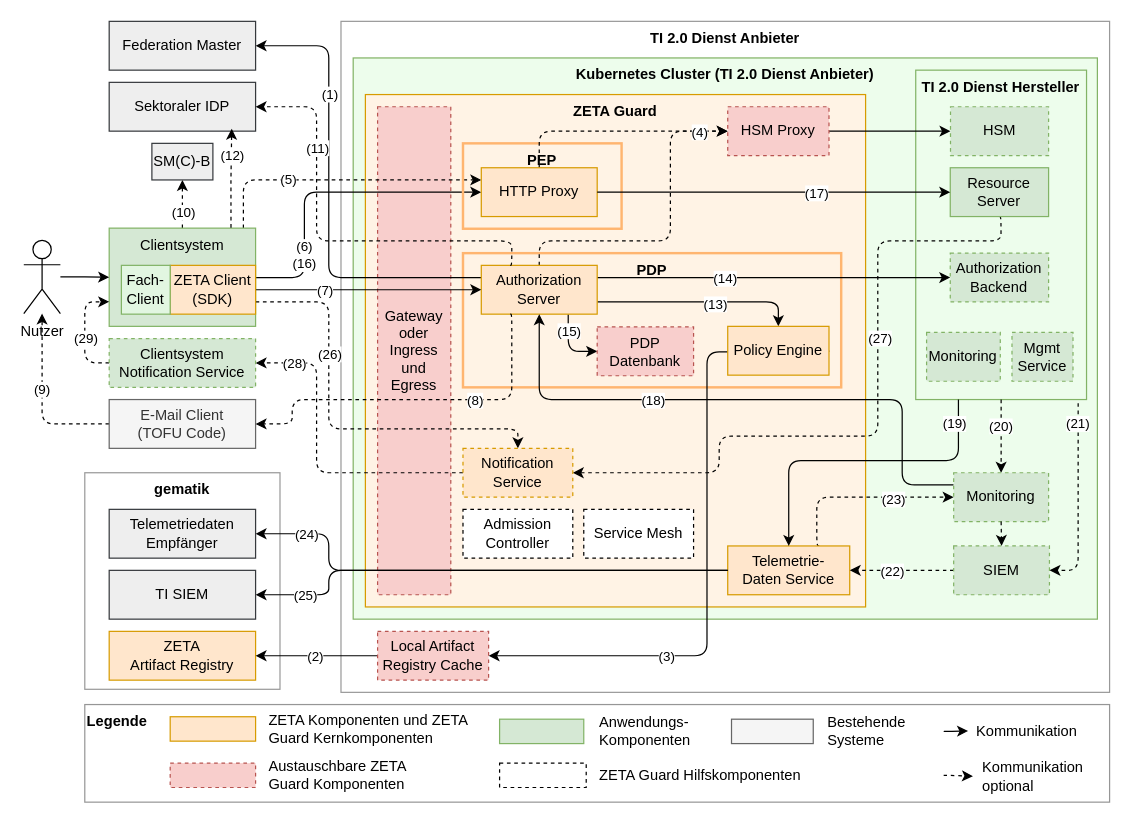
Earlier version of the draw.io diagram src/drawio/Zero-Trust-Architektur.drawio (gematik/zeta). Source tidied: cells renumbered, new cells numbered last; positions are measured from the earlier drawing's top-left corner, leaving out a move shared by most shapes. Both pictures are drawn from the tidied source at 122%, with x=0, y=0 at pixel (23, 21).
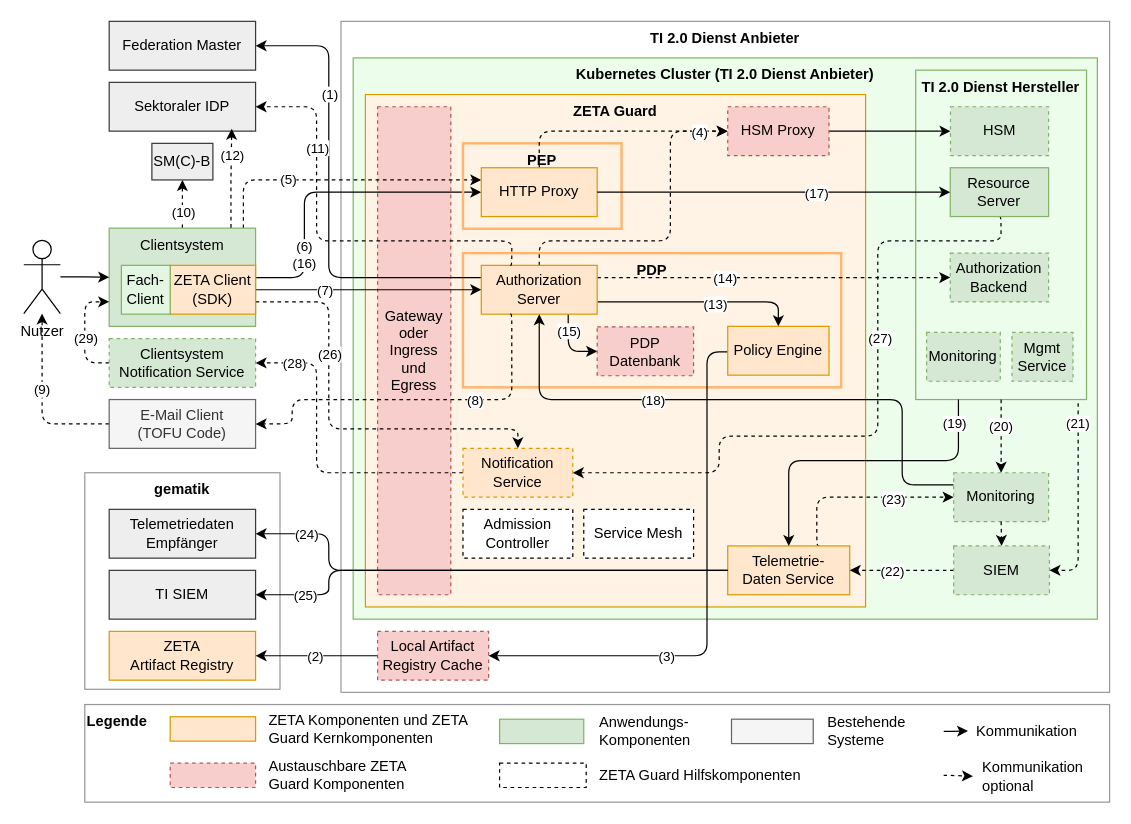
After the change.

Commit message:
style: Make an edge in the Zero-Trust-Architektur diagram dashed.

Unchanged cells that the change refers to:
```xml
<mxCell id="20" value="Authorization Server" style="rounded=0;whiteSpace=wrap;html=1;fillColor=#ffe6cc;strokeColor=#d79b00;" parent="1" vertex="1">
  <mxGeometry x="375" y="200" width="95" height="40" as="geometry" />
</mxCell>
<mxCell id="31" value="&lt;div&gt;Authorization Backend&lt;/div&gt;" style="rounded=0;whiteSpace=wrap;html=1;fillColor=#d5e8d4;strokeColor=#82b366;dashed=1;" parent="1" vertex="1">
  <mxGeometry x="759.4" y="190" width="80.6" height="40" as="geometry" />
</mxCell>
```

The edit, as a diff of the source:
```diff
@@
-    <mxCell id="18" style="edgeStyle=orthogonalEdgeStyle;html=1;entryX=0;entryY=0.5;entryDx=0;entryDy=0;exitX=1;exitY=0.25;exitDx=0;exitDy=0;" parent="1" edge="1" source="20" target="31">
+    <mxCell id="18" style="edgeStyle=orthogonalEdgeStyle;html=1;entryX=0;entryY=0.5;entryDx=0;entryDy=0;exitX=1;exitY=0.25;exitDx=0;exitDy=0;dashed=1;" parent="1" edge="1" source="20" target="31">
       <mxGeometry relative="1" as="geometry">
         <Array as="points">
           <mxPoint x="720" y="210" />
           <mxPoint x="720" y="210" />
         </Array>
       </mxGeometry>
     </mxCell>
```
